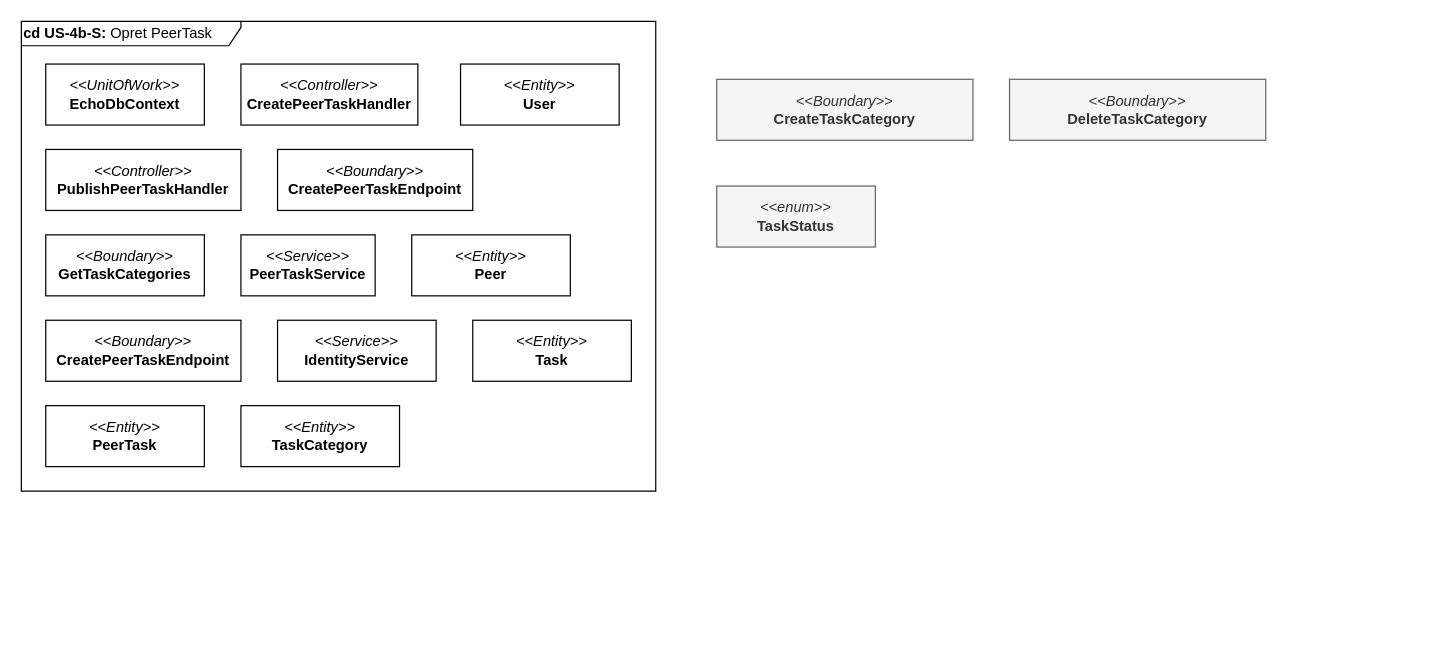
Echo-AU/artifacts keeps this draw.io diagram as page "2 - Klasser uden forbindelser" (2 of 4) of drawio/Applikationsmodeller/US4b/BE/US4b_BE_Applikationsmodel.drawio. Above is the earlier version. Source tidied: cells renumbered, new cells numbered last; positions are measured from the earlier drawing's top-left corner, leaving out a move shared by most shapes. Both pictures are drawn from the tidied source at 122%, with x=0, y=0 at pixel (21, 21).
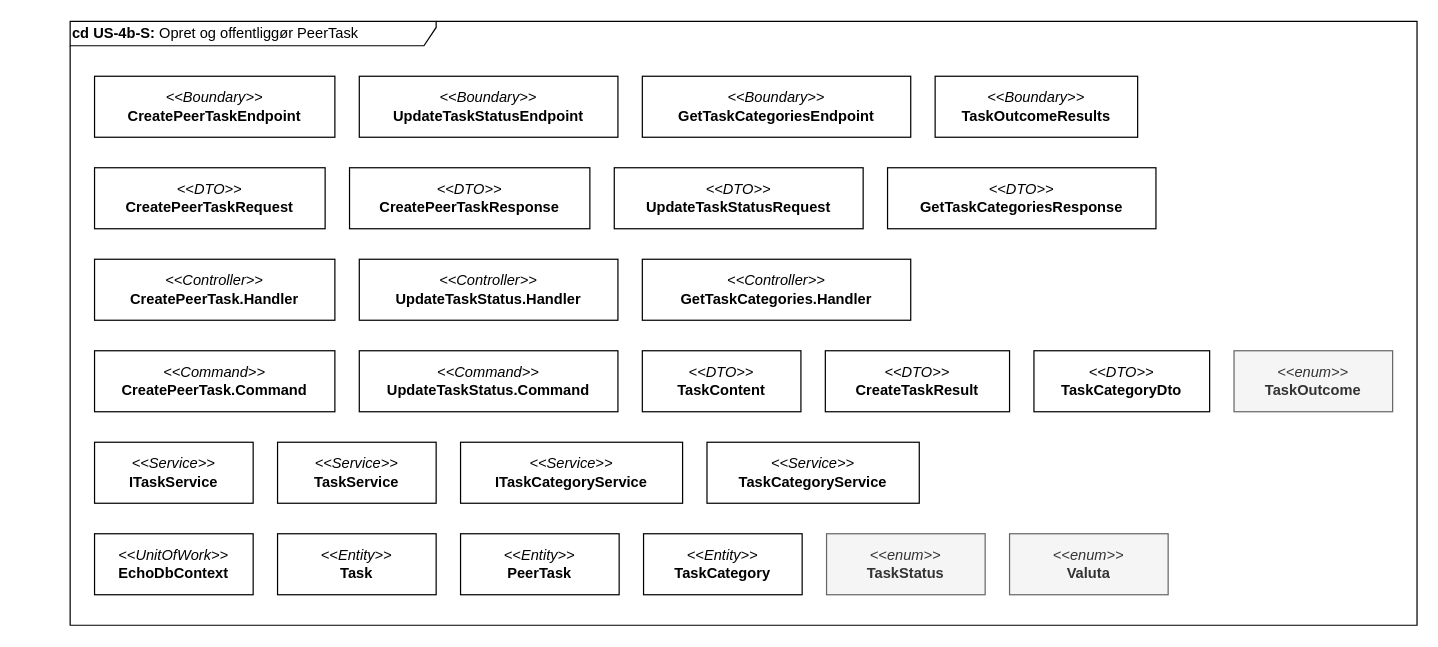
The same page after the edit.

The edit, as a diff of the source:
```diff
@@
-    <mxCell id="2" value="&lt;b style=&quot;text-align: center;&quot;&gt;cd US-4b-S: &lt;/b&gt;&lt;span style=&quot;text-align: center;&quot;&gt;Opret PeerTask&lt;/span&gt;" style="shape=umlFrame;whiteSpace=wrap;html=1;width=180;height=20;align=left;" parent="1" vertex="1">
-      <mxGeometry width="520" height="385" as="geometry" />
-    </mxCell>
-    <mxCell id="3" value="&lt;span style=&quot;font-weight: normal;&quot;&gt;&lt;i&gt;&amp;lt;&amp;lt;Service&amp;gt;&amp;gt;&lt;/i&gt;&lt;/span&gt;&lt;div&gt;IdentityService&lt;/div&gt;" style="rounded=0;whiteSpace=wrap;html=1;fontStyle=1;" parent="1" vertex="1">
-      <mxGeometry x="210" y="245" width="130" height="50" as="geometry" />
-    </mxCell>
+    <mxCell id="19" value="&lt;b&gt;cd US-4b-S: &lt;/b&gt;Opret og offentliggør PeerTask" style="shape=umlFrame;whiteSpace=wrap;html=1;width=300;height=20;align=left;" parent="1" vertex="1">
+      <mxGeometry x="40" width="1104" height="495" as="geometry" />
+    </mxCell>
+    <mxCell id="20" value="&lt;span style=&quot;font-weight: normal;&quot;&gt;&lt;i&gt;&amp;lt;&amp;lt;Boundary&amp;gt;&amp;gt;&lt;/i&gt;&lt;/span&gt;&lt;div&gt;CreatePeerTaskEndpoint&lt;/div&gt;" style="rounded=0;whiteSpace=wrap;html=1;fontStyle=1;" parent="1" vertex="1">
+      <mxGeometry x="60" y="45" width="197" height="50" as="geometry" />
+    </mxCell>
+    <mxCell id="21" value="&lt;span style=&quot;font-weight: normal;&quot;&gt;&lt;i&gt;&amp;lt;&amp;lt;Boundary&amp;gt;&amp;gt;&lt;/i&gt;&lt;/span&gt;&lt;div&gt;UpdateTaskStatusEndpoint&lt;/div&gt;" style="rounded=0;whiteSpace=wrap;html=1;fontStyle=1;" parent="1" vertex="1">
+      <mxGeometry x="277" y="45" width="212" height="50" as="geometry" />
+    </mxCell>
+    <mxCell id="22" value="&lt;span style=&quot;font-weight: normal;&quot;&gt;&lt;i&gt;&amp;lt;&amp;lt;Boundary&amp;gt;&amp;gt;&lt;/i&gt;&lt;/span&gt;&lt;div&gt;GetTaskCategoriesEndpoint&lt;/div&gt;" style="rounded=0;whiteSpace=wrap;html=1;fontStyle=1;" parent="1" vertex="1">
+      <mxGeometry x="509" y="45" width="220" height="50" as="geometry" />
+    </mxCell>
+    <mxCell id="23" value="&lt;span style=&quot;font-weight: normal;&quot;&gt;&lt;i&gt;&amp;lt;&amp;lt;Boundary&amp;gt;&amp;gt;&lt;/i&gt;&lt;/span&gt;&lt;div&gt;TaskOutcomeResults&lt;/div&gt;" style="rounded=0;whiteSpace=wrap;html=1;fontStyle=1;" parent="1" vertex="1">
+      <mxGeometry x="749" y="45" width="166" height="50" as="geometry" />
+    </mxCell>
+    <mxCell id="24" value="&lt;span style=&quot;font-weight: normal;&quot;&gt;&lt;i&gt;&amp;lt;&amp;lt;DTO&amp;gt;&amp;gt;&lt;/i&gt;&lt;/span&gt;&lt;div&gt;CreatePeerTaskRequest&lt;/div&gt;" style="rounded=0;whiteSpace=wrap;html=1;fontStyle=1;" parent="1" vertex="1">
+      <mxGeometry x="60" y="120" width="189" height="50" as="geometry" />
+    </mxCell>
+    <mxCell id="25" value="&lt;span style=&quot;font-weight: normal;&quot;&gt;&lt;i&gt;&amp;lt;&amp;lt;DTO&amp;gt;&amp;gt;&lt;/i&gt;&lt;/span&gt;&lt;div&gt;CreatePeerTaskResponse&lt;/div&gt;" style="rounded=0;whiteSpace=wrap;html=1;fontStyle=1;" parent="1" vertex="1">
+      <mxGeometry x="269" y="120" width="197" height="50" as="geometry" />
+    </mxCell>
+    <mxCell id="26" value="&lt;span style=&quot;font-weight: normal;&quot;&gt;&lt;i&gt;&amp;lt;&amp;lt;DTO&amp;gt;&amp;gt;&lt;/i&gt;&lt;/span&gt;&lt;div&gt;UpdateTaskStatusRequest&lt;/div&gt;" style="rounded=0;whiteSpace=wrap;html=1;fontStyle=1;" parent="1" vertex="1">
+      <mxGeometry x="486" y="120" width="204" height="50" as="geometry" />
+    </mxCell>
+    <mxCell id="27" value="&lt;span style=&quot;font-weight: normal;&quot;&gt;&lt;i&gt;&amp;lt;&amp;lt;DTO&amp;gt;&amp;gt;&lt;/i&gt;&lt;/span&gt;&lt;div&gt;GetTaskCategoriesResponse&lt;/div&gt;" style="rounded=0;whiteSpace=wrap;html=1;fontStyle=1;" parent="1" vertex="1">
+      <mxGeometry x="710" y="120" width="220" height="50" as="geometry" />
+    </mxCell>
+    <mxCell id="28" value="&lt;span style=&quot;font-weight: normal;&quot;&gt;&lt;i&gt;&amp;lt;&amp;lt;Controller&amp;gt;&amp;gt;&lt;/i&gt;&lt;/span&gt;&lt;div&gt;CreatePeerTask.Handler&lt;/div&gt;" style="rounded=0;whiteSpace=wrap;html=1;fontStyle=1;" parent="1" vertex="1">
+      <mxGeometry x="60" y="195" width="197" height="50" as="geometry" />
+    </mxCell>
+    <mxCell id="29" value="&lt;span style=&quot;font-weight: normal;&quot;&gt;&lt;i&gt;&amp;lt;&amp;lt;Controller&amp;gt;&amp;gt;&lt;/i&gt;&lt;/span&gt;&lt;div&gt;UpdateTaskStatus.Handler&lt;/div&gt;" style="rounded=0;whiteSpace=wrap;html=1;fontStyle=1;" parent="1" vertex="1">
+      <mxGeometry x="277" y="195" width="212" height="50" as="geometry" />
+    </mxCell>
+    <mxCell id="30" value="&lt;span style=&quot;font-weight: normal;&quot;&gt;&lt;i&gt;&amp;lt;&amp;lt;Controller&amp;gt;&amp;gt;&lt;/i&gt;&lt;/span&gt;&lt;div&gt;GetTaskCategories.Handler&lt;/div&gt;" style="rounded=0;whiteSpace=wrap;html=1;fontStyle=1;" parent="1" vertex="1">
+      <mxGeometry x="509" y="195" width="220" height="50" as="geometry" />
+    </mxCell>
+    <mxCell id="31" value="&lt;span style=&quot;font-weight: normal;&quot;&gt;&lt;i&gt;&amp;lt;&amp;lt;Command&amp;gt;&amp;gt;&lt;/i&gt;&lt;/span&gt;&lt;div&gt;CreatePeerTask.Command&lt;/div&gt;" style="rounded=0;whiteSpace=wrap;html=1;fontStyle=1;" parent="1" vertex="1">
+      <mxGeometry x="60" y="270" width="197" height="50" as="geometry" />
+    </mxCell>
+    <mxCell id="32" value="&lt;span style=&quot;font-weight: normal;&quot;&gt;&lt;i&gt;&amp;lt;&amp;lt;Command&amp;gt;&amp;gt;&lt;/i&gt;&lt;/span&gt;&lt;div&gt;UpdateTaskStatus.Command&lt;/div&gt;" style="rounded=0;whiteSpace=wrap;html=1;fontStyle=1;" parent="1" vertex="1">
+      <mxGeometry x="277" y="270" width="212" height="50" as="geometry" />
+    </mxCell>
+    <mxCell id="33" value="&lt;span style=&quot;font-weight: normal;&quot;&gt;&lt;i&gt;&amp;lt;&amp;lt;DTO&amp;gt;&amp;gt;&lt;/i&gt;&lt;/span&gt;&lt;div&gt;TaskContent&lt;/div&gt;" style="rounded=0;whiteSpace=wrap;html=1;fontStyle=1;" parent="1" vertex="1">
+      <mxGeometry x="509" y="270" width="130" height="50" as="geometry" />
+    </mxCell>
+    <mxCell id="34" value="&lt;span style=&quot;font-weight: normal;&quot;&gt;&lt;i&gt;&amp;lt;&amp;lt;DTO&amp;gt;&amp;gt;&lt;/i&gt;&lt;/span&gt;&lt;div&gt;CreateTaskResult&lt;/div&gt;" style="rounded=0;whiteSpace=wrap;html=1;fontStyle=1;" parent="1" vertex="1">
+      <mxGeometry x="659" y="270" width="151" height="50" as="geometry" />
+    </mxCell>
+    <mxCell id="35" value="&lt;span style=&quot;font-weight: normal;&quot;&gt;&lt;i&gt;&amp;lt;&amp;lt;DTO&amp;gt;&amp;gt;&lt;/i&gt;&lt;/span&gt;&lt;div&gt;TaskCategoryDto&lt;/div&gt;" style="rounded=0;whiteSpace=wrap;html=1;fontStyle=1;" parent="1" vertex="1">
+      <mxGeometry x="830" y="270" width="144" height="50" as="geometry" />
+    </mxCell>
+    <mxCell id="36" value="&lt;span style=&quot;font-weight: normal;&quot;&gt;&lt;i&gt;&amp;lt;&amp;lt;enum&amp;gt;&amp;gt;&lt;/i&gt;&lt;/span&gt;&lt;div&gt;TaskOutcome&lt;/div&gt;" style="rounded=0;whiteSpace=wrap;html=1;fontStyle=1;fillColor=#f5f5f5;strokeColor=#666666;fontColor=#333333;" parent="1" vertex="1">
+      <mxGeometry x="994" y="270" width="130" height="50" as="geometry" />
+    </mxCell>
+    <mxCell id="37" value="&lt;span style=&quot;font-weight: normal;&quot;&gt;&lt;i&gt;&amp;lt;&amp;lt;Service&amp;gt;&amp;gt;&lt;/i&gt;&lt;/span&gt;&lt;div&gt;ITaskService&lt;/div&gt;" style="rounded=0;whiteSpace=wrap;html=1;fontStyle=1;" parent="1" vertex="1">
+      <mxGeometry x="60" y="345" width="130" height="50" as="geometry" />
+    </mxCell>
+    <mxCell id="38" value="&lt;span style=&quot;font-weight: normal;&quot;&gt;&lt;i&gt;&amp;lt;&amp;lt;Service&amp;gt;&amp;gt;&lt;/i&gt;&lt;/span&gt;&lt;div&gt;TaskService&lt;/div&gt;" style="rounded=0;whiteSpace=wrap;html=1;fontStyle=1;" parent="1" vertex="1">
+      <mxGeometry x="210" y="345" width="130" height="50" as="geometry" />
+    </mxCell>
+    <mxCell id="39" value="&lt;span style=&quot;font-weight: normal;&quot;&gt;&lt;i&gt;&amp;lt;&amp;lt;Service&amp;gt;&amp;gt;&lt;/i&gt;&lt;/span&gt;&lt;div&gt;ITaskCategoryService&lt;/div&gt;" style="rounded=0;whiteSpace=wrap;html=1;fontStyle=1;" parent="1" vertex="1">
+      <mxGeometry x="360" y="345" width="182" height="50" as="geometry" />
+    </mxCell>
+    <mxCell id="40" value="&lt;span style=&quot;font-weight: normal;&quot;&gt;&lt;i&gt;&amp;lt;&amp;lt;Service&amp;gt;&amp;gt;&lt;/i&gt;&lt;/span&gt;&lt;div&gt;TaskCategoryService&lt;/div&gt;" style="rounded=0;whiteSpace=wrap;html=1;fontStyle=1;" parent="1" vertex="1">
+      <mxGeometry x="562" y="345" width="174" height="50" as="geometry" />
+    </mxCell>
     <mxCell id="4" value="&lt;span style=&quot;font-weight: normal;&quot;&gt;&lt;i&gt;&amp;lt;&amp;lt;UnitOfWork&amp;gt;&amp;gt;&lt;/i&gt;&lt;/span&gt;&lt;div&gt;EchoDbContext&lt;/div&gt;" style="rounded=0;whiteSpace=wrap;html=1;fontStyle=1;" parent="1" vertex="1">
-      <mxGeometry x="20" y="35" width="130" height="50" as="geometry" />
+      <mxGeometry x="60" y="420" width="130" height="50" as="geometry" />
     </mxCell>
-    <mxCell id="5" value="&lt;span style=&quot;font-weight: normal;&quot;&gt;&lt;i&gt;&amp;lt;&amp;lt;Boundary&amp;gt;&amp;gt;&lt;/i&gt;&lt;/span&gt;&lt;div&gt;CreatePeerTaskEndpoint&lt;/div&gt;" style="rounded=0;whiteSpace=wrap;html=1;fontStyle=1;" parent="1" vertex="1">
-      <mxGeometry x="20" y="245" width="160" height="50" as="geometry" />
-    </mxCell>
-    <mxCell id="6" value="&lt;span style=&quot;font-weight: normal;&quot;&gt;&lt;i&gt;&amp;lt;&amp;lt;Boundary&amp;gt;&amp;gt;&lt;/i&gt;&lt;/span&gt;&lt;div&gt;CreatePeerTaskEndpoint&lt;/div&gt;" style="rounded=0;whiteSpace=wrap;html=1;fontStyle=1;" parent="1" vertex="1">
-      <mxGeometry x="210" y="105" width="160" height="50" as="geometry" />
-    </mxCell>
-    <mxCell id="7" value="&lt;span style=&quot;font-weight: normal;&quot;&gt;&lt;i&gt;&amp;lt;&amp;lt;Controller&amp;gt;&amp;gt;&lt;/i&gt;&lt;/span&gt;&lt;div&gt;CreatePeerTaskHandler&lt;/div&gt;" style="rounded=0;whiteSpace=wrap;html=1;fontStyle=1;" parent="1" vertex="1">
-      <mxGeometry x="180" y="35" width="145" height="50" as="geometry" />
-    </mxCell>
-    <mxCell id="8" value="&lt;span style=&quot;font-weight: normal;&quot;&gt;&lt;i&gt;&amp;lt;&amp;lt;Boundary&amp;gt;&amp;gt;&lt;/i&gt;&lt;/span&gt;&lt;div&gt;GetTaskCategories&lt;/div&gt;" style="rounded=0;whiteSpace=wrap;html=1;fontStyle=1;" parent="1" vertex="1">
-      <mxGeometry x="20" y="175" width="130" height="50" as="geometry" />
-    </mxCell>
-    <mxCell id="9" value="&lt;span style=&quot;font-weight: normal;&quot;&gt;&lt;i&gt;&amp;lt;&amp;lt;Boundary&amp;gt;&amp;gt;&lt;/i&gt;&lt;/span&gt;&lt;div&gt;DeleteTaskCategory&lt;/div&gt;" style="rounded=0;whiteSpace=wrap;html=1;fontStyle=1;fillColor=#f5f5f5;strokeColor=#666666;fontColor=#333333;" parent="1" vertex="1">
-      <mxGeometry x="810" y="47.5" width="210" height="50" as="geometry" />
-    </mxCell>
-    <mxCell id="10" value="&lt;span style=&quot;font-weight: normal;&quot;&gt;&lt;i&gt;&amp;lt;&amp;lt;Boundary&amp;gt;&amp;gt;&lt;/i&gt;&lt;/span&gt;&lt;div&gt;CreateTaskCategory&lt;/div&gt;" style="rounded=0;whiteSpace=wrap;html=1;fontStyle=1;fillColor=#f5f5f5;strokeColor=#666666;fontColor=#333333;" parent="1" vertex="1">
-      <mxGeometry x="570" y="47.5" width="210" height="50" as="geometry" />
-    </mxCell>
-    <mxCell id="11" value="&lt;span style=&quot;font-weight: normal;&quot;&gt;&lt;i&gt;&amp;lt;&amp;lt;Controller&amp;gt;&amp;gt;&lt;/i&gt;&lt;/span&gt;&lt;div&gt;PublishPeerTaskHandler&lt;/div&gt;" style="rounded=0;whiteSpace=wrap;html=1;fontStyle=1;" parent="1" vertex="1">
-      <mxGeometry x="20" y="105" width="160" height="50" as="geometry" />
-    </mxCell>
-    <mxCell id="12" value="&lt;span style=&quot;font-weight: normal;&quot;&gt;&lt;i&gt;&amp;lt;&amp;lt;Service&amp;gt;&amp;gt;&lt;/i&gt;&lt;/span&gt;&lt;div&gt;PeerTaskService&lt;/div&gt;" style="rounded=0;whiteSpace=wrap;html=1;fontStyle=1;" parent="1" vertex="1">
-      <mxGeometry x="180" y="175" width="110" height="50" as="geometry" />
-    </mxCell>
-    <mxCell id="13" value="&lt;span style=&quot;font-weight: normal;&quot;&gt;&lt;i&gt;&amp;lt;&amp;lt;Entity&amp;gt;&amp;gt;&lt;/i&gt;&lt;/span&gt;&lt;div&gt;User&lt;/div&gt;" style="rounded=0;whiteSpace=wrap;html=1;fontStyle=1;" parent="1" vertex="1">
-      <mxGeometry x="360" y="35" width="130" height="50" as="geometry" />
-    </mxCell>
-    <mxCell id="14" value="&lt;span style=&quot;font-weight: normal;&quot;&gt;&lt;i&gt;&amp;lt;&amp;lt;Entity&amp;gt;&amp;gt;&lt;/i&gt;&lt;/span&gt;&lt;div&gt;Peer&lt;/div&gt;" style="rounded=0;whiteSpace=wrap;html=1;fontStyle=1;" parent="1" vertex="1">
-      <mxGeometry x="320" y="175" width="130" height="50" as="geometry" />
-    </mxCell>
     <mxCell id="15" value="&lt;span style=&quot;font-weight: normal;&quot;&gt;&lt;i&gt;&amp;lt;&amp;lt;Entity&amp;gt;&amp;gt;&lt;/i&gt;&lt;/span&gt;&lt;div&gt;Task&lt;/div&gt;" style="rounded=0;whiteSpace=wrap;html=1;fontStyle=1;" parent="1" vertex="1">
-      <mxGeometry x="370" y="245" width="130" height="50" as="geometry" />
+      <mxGeometry x="210" y="420" width="130" height="50" as="geometry" />
     </mxCell>
     <mxCell id="16" value="&lt;span style=&quot;font-weight: normal;&quot;&gt;&lt;i&gt;&amp;lt;&amp;lt;Entity&amp;gt;&amp;gt;&lt;/i&gt;&lt;/span&gt;&lt;div&gt;PeerTask&lt;/div&gt;" style="rounded=0;whiteSpace=wrap;html=1;fontStyle=1;" parent="1" vertex="1">
-      <mxGeometry x="20" y="315" width="130" height="50" as="geometry" />
+      <mxGeometry x="360" y="420" width="130" height="50" as="geometry" />
     </mxCell>
     <mxCell id="17" value="&lt;span style=&quot;font-weight: normal;&quot;&gt;&lt;i&gt;&amp;lt;&amp;lt;Entity&amp;gt;&amp;gt;&lt;/i&gt;&lt;/span&gt;&lt;div&gt;TaskCategory&lt;/div&gt;" style="rounded=0;whiteSpace=wrap;html=1;fontStyle=1;" parent="1" vertex="1">
-      <mxGeometry x="180" y="315" width="130" height="50" as="geometry" />
+      <mxGeometry x="510" y="420" width="130" height="50" as="geometry" />
     </mxCell>
-    <mxCell id="18" value="&lt;span style=&quot;font-weight: normal;&quot;&gt;&lt;i&gt;&amp;lt;&amp;lt;enum&amp;gt;&amp;gt;&lt;/i&gt;&lt;/span&gt;&lt;div&gt;TaskStatus&lt;/div&gt;" style="rounded=0;whiteSpace=wrap;html=1;fontStyle=1;fillColor=#f5f5f5;fontColor=#333333;strokeColor=#666666;" parent="1" vertex="1">
-      <mxGeometry x="570" y="135" width="130" height="50" as="geometry" />
+    <mxCell id="18" value="&lt;span style=&quot;font-weight: normal;&quot;&gt;&lt;i&gt;&amp;lt;&amp;lt;enum&amp;gt;&amp;gt;&lt;/i&gt;&lt;/span&gt;&lt;div&gt;TaskStatus&lt;/div&gt;" style="rounded=0;whiteSpace=wrap;html=1;fontStyle=1;fillColor=#f5f5f5;strokeColor=#666666;fontColor=#333333;" parent="1" vertex="1">
+      <mxGeometry x="660" y="420" width="130" height="50" as="geometry" />
     </mxCell>
+    <mxCell id="41" value="&lt;span style=&quot;font-weight: normal;&quot;&gt;&lt;i&gt;&amp;lt;&amp;lt;enum&amp;gt;&amp;gt;&lt;/i&gt;&lt;/span&gt;&lt;div&gt;Valuta&lt;/div&gt;" style="rounded=0;whiteSpace=wrap;html=1;fontStyle=1;fillColor=#f5f5f5;strokeColor=#666666;fontColor=#333333;" parent="1" vertex="1">
+      <mxGeometry x="810" y="420" width="130" height="50" as="geometry" />
+    </mxCell>
```
